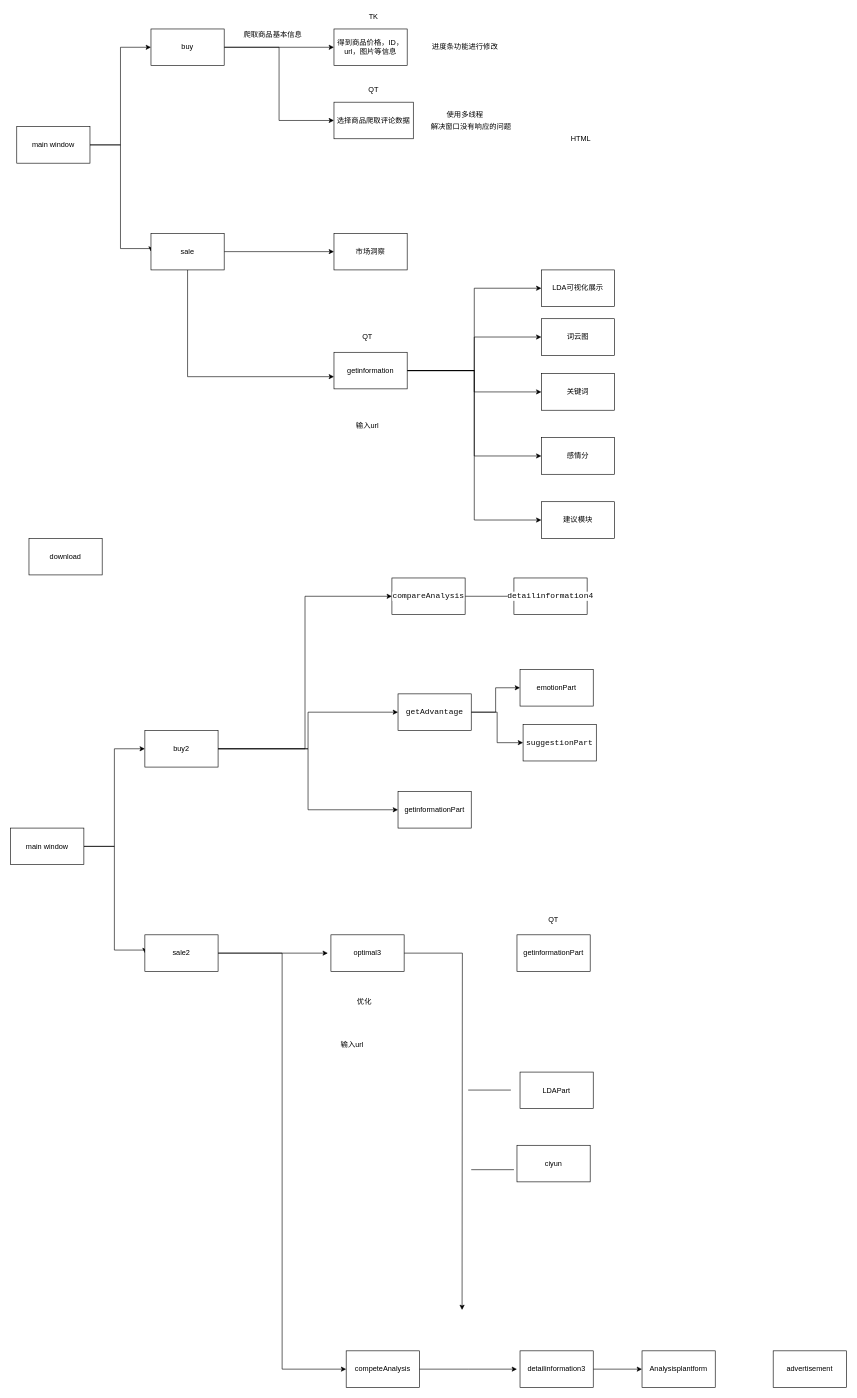
This is readme.drawio from YRQhit/QT_meituan, a draw.io file, before an edit. Source tidied: cells renumbered, new cells numbered last; positions are measured from the earlier drawing's top-left corner, leaving out a move shared by most shapes. Both pictures are drawn from the tidied source at 61%, with x=0, y=0 at pixel (10, 10).
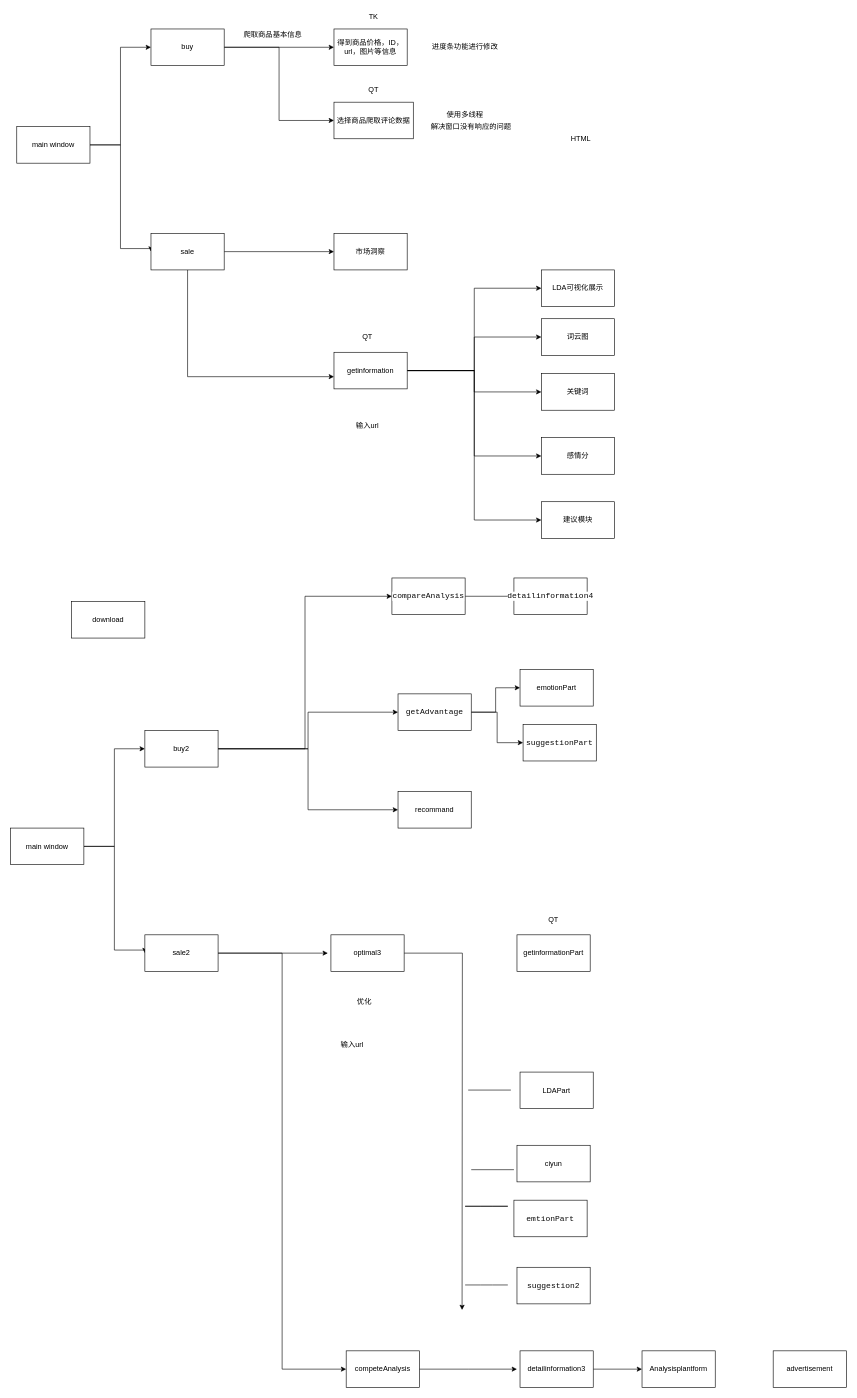
The same page after the edit.

What changed in the source:
```diff
@@
-    <mxCell id="67" value="getinformationPart" style="rounded=0;whiteSpace=wrap;html=1;" parent="1" vertex="1">
+    <mxCell id="67" value="recommand" style="rounded=0;whiteSpace=wrap;html=1;" parent="1" vertex="1">
       <mxGeometry x="635" y="1280" width="120" height="60" as="geometry" />
     </mxCell>
@@
     <mxCell id="69" value="download" style="rounded=0;whiteSpace=wrap;html=1;" parent="1" vertex="1">
-      <mxGeometry x="30" y="865" width="120" height="60" as="geometry" />
+      <mxGeometry x="100" y="968.5" width="120" height="60" as="geometry" />
     </mxCell>
+    <mxCell id="70" value="&lt;pre style=&quot;background-color: #ffffff ; color: #080808 ; font-family: &amp;#34;jetbrains mono&amp;#34; , monospace ; font-size: 9.8pt&quot;&gt;emtionPart&lt;/pre&gt;" style="rounded=0;whiteSpace=wrap;html=1;" parent="1" vertex="1">
+      <mxGeometry x="825" y="1950" width="120" height="60" as="geometry" />
+    </mxCell>
+    <mxCell id="71" value="&lt;pre style=&quot;background-color: #ffffff ; color: #080808 ; font-family: &amp;#34;jetbrains mono&amp;#34; , monospace ; font-size: 9.8pt&quot;&gt;suggestion2&lt;/pre&gt;" style="rounded=0;whiteSpace=wrap;html=1;" parent="1" vertex="1">
+      <mxGeometry x="830" y="2060" width="120" height="60" as="geometry" />
+    </mxCell>
+    <mxCell id="72" style="endArrow=none;html=1;" parent="1" edge="1">
+      <mxGeometry relative="1" as="geometry">
+        <mxPoint x="745" y="1960" as="sourcePoint" />
+        <mxPoint x="815" y="1960" as="targetPoint" />
+      </mxGeometry>
+    </mxCell>
+    <mxCell id="73" style="endArrow=none;html=1;" parent="1" edge="1">
+      <mxGeometry relative="1" as="geometry">
+        <mxPoint x="745" y="1960" as="sourcePoint" />
+        <mxPoint x="815" y="1960" as="targetPoint" />
+        <Array as="points">
+          <mxPoint x="780" y="1960" />
+        </Array>
+      </mxGeometry>
+    </mxCell>
+    <mxCell id="74" style="endArrow=none;html=1;" parent="1" edge="1">
+      <mxGeometry relative="1" as="geometry">
+        <mxPoint x="745" y="2089" as="sourcePoint" />
+        <mxPoint x="815" y="2089" as="targetPoint" />
+        <Array as="points">
+          <mxPoint x="780" y="2089" />
+        </Array>
+      </mxGeometry>
+    </mxCell>
```
